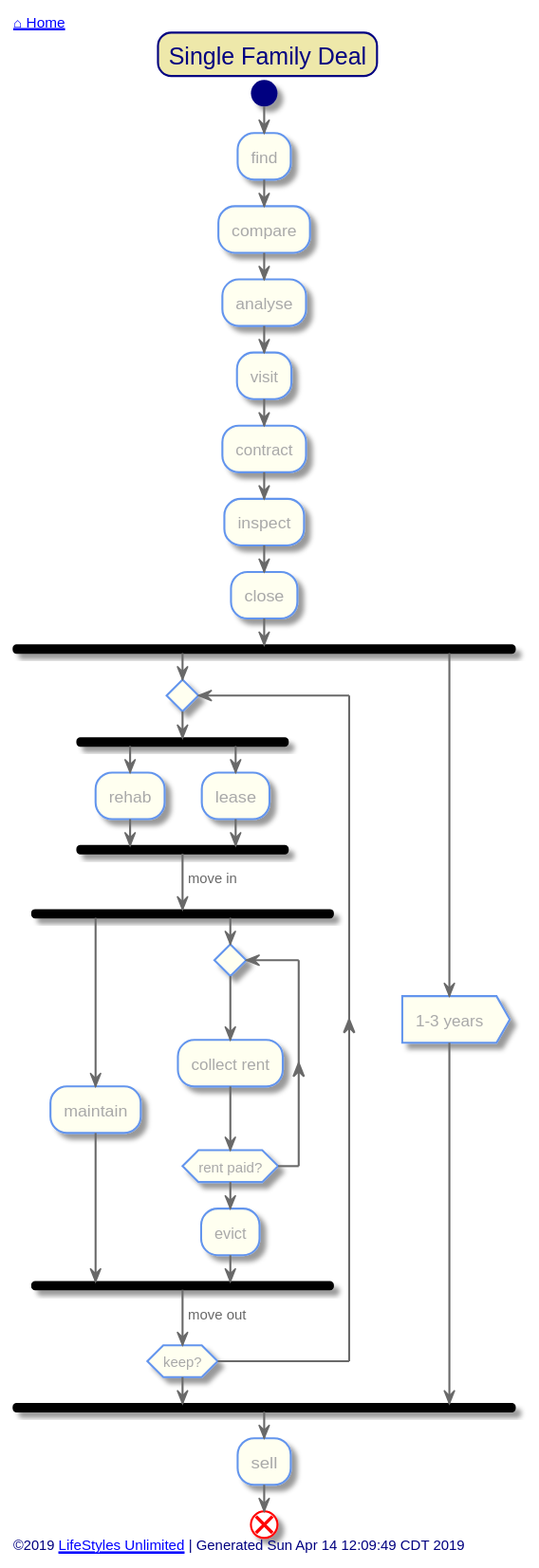
The PlantUML diagram out/src/single-family/single-family-deal.svg in toddmo/lifestylesunlimited, before a commit. The source it was exported from:
```plantuml
@startuml single-family-deal


skinparam {
  BorderColor Red
  PathHoverColor Blue
}

skinparam Title {
  FontColor Navy
  BackgroundColor PaleGoldenRod
  BorderColor Navy
  BorderRoundCorner 20
}

skinparam activity {
  BackgroundColor Ivory
  BorderColor CornflowerBlue
  FontColor DarkGray

  Arrow {
    Color dimgray
    FontColor dimgray
  }

  Start {
    Color Navy
  }

  End {
    Color Red
  }

  Diamond {
    BackgroundColor Ivory
    BorderColor CornflowerBlue
    FontColor DarkGray
  }

  BackgroundColor<< Exception >> Red
	BorderColor<< Exception >> White
}

skinparam Swimlane {
  BorderColor CornflowerBlue
}

skinparam Partition {
  BackgroundColor DarkSeaGreen
  BorderColor CornflowerBlue
  BorderThickness 1
  FontColor White
  FontSize 16
}
skinparam Note {
  BackgroundColor LightSteelBlue
  BorderColor CornflowerBlue
  FontColor White
}

skinparam Footer {
  FontColor Navy
}


left header
	<font color=Navy>[[../index.svg ⌂ Home]]</font>
endheader


	Title Single Family Deal

	start

	:find;
	:compare;
	:analyse;
	:visit;
	:contract;
	:inspect;
	:close;
	fork
		repeat
			fork
				:rehab;
			fork again
				:lease;
			end fork
			-> move in;
			fork
				:maintain;
			fork again
				repeat
					:collect rent;
				repeat while(rent paid?)
				:evict;
			end fork
			-> move out;
		repeat while(keep?)
	fork again
		:1-3 years>
	end fork
	:sell;
	end

left footer
	©2019 [[http://www.lifestylesunlimited.com LifeStyles Unlimited]] | Generated Sun Apr 14 12:09:49 CDT 2019
endfooter


@enduml
```
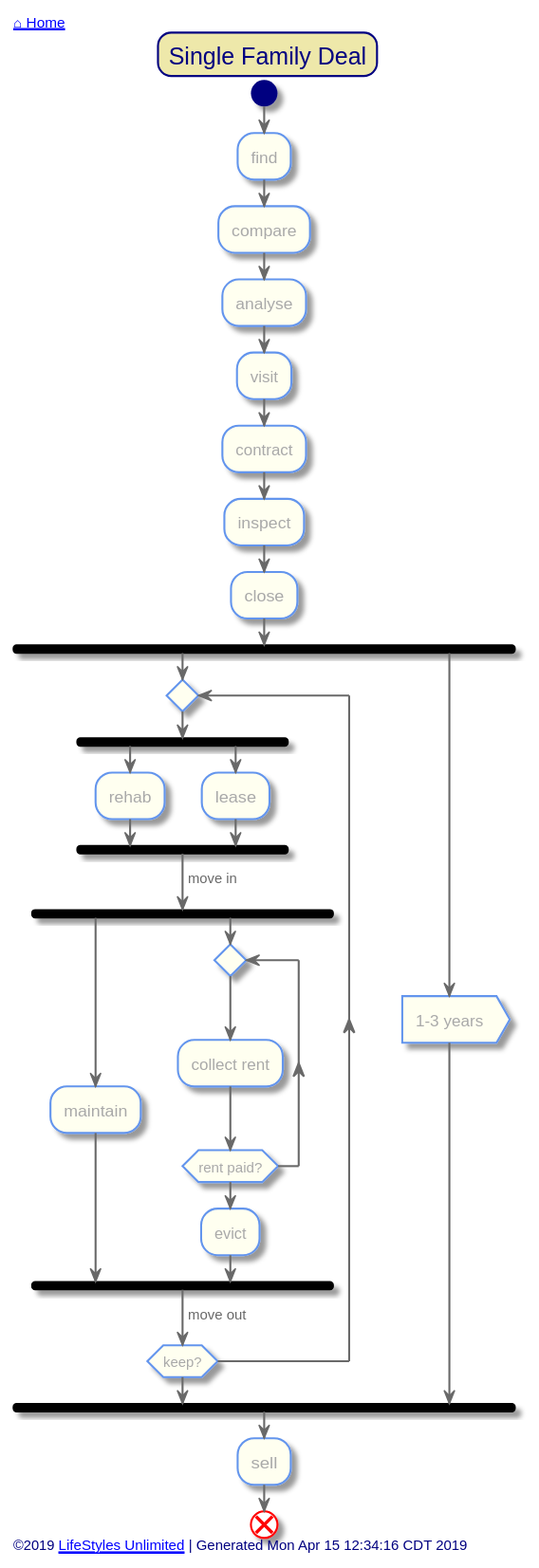
The same file after the commit.

The edit, as a diff of the source:
```diff
@@ -104,7 +104,7 @@
 	end
 
 left footer
-	©2019 [[http://www.lifestylesunlimited.com LifeStyles Unlimited]] | Generated Sun Apr 14 12:09:49 CDT 2019
+	©2019 [[http://www.lifestylesunlimited.com LifeStyles Unlimited]] | Generated Mon Apr 15 12:34:16 CDT 2019
 endfooter
 
 
```
